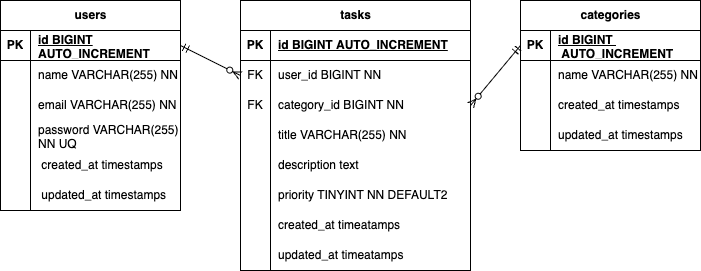
The draw.io diagram docs/.drawio.png in YumiOotake/task-category-user, before a commit. Source tidied: cells renumbered, new cells last; positions are measured from the earlier drawing's top-left corner, leaving out a move shared by most shapes. Source of this version:
```xml
<mxGraphModel>
  <root>
    <mxCell id="0" />
    <mxCell id="1" parent="0" />
    <mxCell id="2" value="users" style="shape=table;startSize=30;rowLines=0;fontStyle=1;align=center;html=1;" parent="1" vertex="1">
      <mxGeometry width="180" height="210" as="geometry" />
    </mxCell>
    <mxCell id="3" style="shape=tableRow;horizontal=0;startSize=0;swimlaneHead=0;swimlaneBody=0;fillColor=none;points=[[0,0.5],[1,0.5]];portConstraint=eastwest;top=0;left=0;right=0;bottom=1;" parent="2" vertex="1">
      <mxGeometry y="30" width="180" height="30" as="geometry" />
    </mxCell>
    <mxCell id="4" value="PK" style="shape=partialRectangle;fillColor=none;top=0;left=0;bottom=0;right=0;fontStyle=1;overflow=hidden;whiteSpace=wrap;html=1;" parent="3" vertex="1">
      <mxGeometry width="30" height="30" as="geometry" />
    </mxCell>
    <mxCell id="5" value="id BIGINT AUTO_INCREMENT" style="shape=partialRectangle;fillColor=none;top=0;left=0;bottom=0;right=0;align=left;spacingLeft=6;fontStyle=5;overflow=hidden;whiteSpace=wrap;html=1;" parent="3" vertex="1">
      <mxGeometry x="30" width="150" height="30" as="geometry" />
    </mxCell>
    <mxCell id="6" style="shape=tableRow;horizontal=0;startSize=0;swimlaneHead=0;swimlaneBody=0;fillColor=none;top=0;left=0;right=0;bottom=0;" parent="2" vertex="1">
      <mxGeometry y="60" width="180" height="30" as="geometry" />
    </mxCell>
    <mxCell id="7" style="shape=partialRectangle;fillColor=none;top=0;left=0;bottom=0;right=0;overflow=hidden;whiteSpace=wrap;html=1;" parent="6" vertex="1">
      <mxGeometry width="30" height="30" as="geometry" />
    </mxCell>
    <mxCell id="8" value="name VARCHAR(255) NN" style="shape=partialRectangle;fillColor=none;top=0;left=0;bottom=0;right=0;align=left;spacingLeft=6;overflow=hidden;whiteSpace=wrap;html=1;" parent="6" vertex="1">
      <mxGeometry x="30" width="150" height="30" as="geometry" />
    </mxCell>
    <mxCell id="9" style="shape=tableRow;horizontal=0;startSize=0;swimlaneHead=0;swimlaneBody=0;fillColor=none;top=0;left=0;right=0;bottom=0;" parent="2" vertex="1">
      <mxGeometry y="90" width="180" height="30" as="geometry" />
    </mxCell>
    <mxCell id="10" style="shape=partialRectangle;fillColor=none;top=0;left=0;bottom=0;right=0;overflow=hidden;whiteSpace=wrap;html=1;" parent="9" vertex="1">
      <mxGeometry width="30" height="30" as="geometry" />
    </mxCell>
    <mxCell id="11" value="email VARCHAR(255) NN" style="shape=partialRectangle;fillColor=none;top=0;left=0;bottom=0;right=0;align=left;spacingLeft=6;overflow=hidden;whiteSpace=wrap;html=1;" parent="9" vertex="1">
      <mxGeometry x="30" width="150" height="30" as="geometry" />
    </mxCell>
    <mxCell id="12" style="shape=tableRow;horizontal=0;startSize=0;swimlaneHead=0;swimlaneBody=0;fillColor=none;top=0;left=0;right=0;bottom=0;" parent="2" vertex="1">
      <mxGeometry y="120" width="180" height="30" as="geometry" />
    </mxCell>
    <mxCell id="13" style="shape=partialRectangle;fillColor=none;top=0;left=0;bottom=0;right=0;overflow=hidden;whiteSpace=wrap;html=1;" parent="12" vertex="1">
      <mxGeometry width="30" height="30" as="geometry" />
    </mxCell>
    <mxCell id="14" value="password VARCHAR(255) NN UQ" style="shape=partialRectangle;fillColor=none;top=0;left=0;bottom=0;right=0;align=left;spacingLeft=6;overflow=hidden;whiteSpace=wrap;html=1;" parent="12" vertex="1">
      <mxGeometry x="30" width="150" height="30" as="geometry" />
    </mxCell>
    <mxCell id="15" style="shape=tableRow;horizontal=0;startSize=0;swimlaneHead=0;swimlaneBody=0;fillColor=none;top=0;left=0;right=0;bottom=0;" parent="2" vertex="1">
      <mxGeometry y="150" width="180" height="30" as="geometry" />
    </mxCell>
    <mxCell id="16" style="shape=partialRectangle;fillColor=none;top=0;left=0;bottom=0;right=0;overflow=hidden;whiteSpace=wrap;html=1;" parent="15" vertex="1">
      <mxGeometry width="30" height="30" as="geometry" />
    </mxCell>
    <mxCell id="17" value="&amp;nbsp;created_at timestamps&amp;nbsp;&amp;nbsp;" style="shape=partialRectangle;fillColor=none;top=0;left=0;bottom=0;right=0;align=left;spacingLeft=6;overflow=hidden;whiteSpace=wrap;html=1;" parent="15" vertex="1">
      <mxGeometry x="30" width="150" height="30" as="geometry" />
    </mxCell>
    <mxCell id="18" style="shape=tableRow;horizontal=0;startSize=0;swimlaneHead=0;swimlaneBody=0;fillColor=none;top=0;left=0;right=0;bottom=0;" parent="2" vertex="1">
      <mxGeometry y="180" width="180" height="30" as="geometry" />
    </mxCell>
    <mxCell id="19" style="shape=partialRectangle;fillColor=none;top=0;left=0;bottom=0;right=0;overflow=hidden;whiteSpace=wrap;html=1;" parent="18" vertex="1">
      <mxGeometry width="30" height="30" as="geometry" />
    </mxCell>
    <mxCell id="20" value="&amp;nbsp;updated_at timestamps&amp;nbsp;&amp;nbsp;" style="shape=partialRectangle;fillColor=none;top=0;left=0;bottom=0;right=0;align=left;spacingLeft=6;overflow=hidden;whiteSpace=wrap;html=1;" parent="18" vertex="1">
      <mxGeometry x="30" width="150" height="30" as="geometry" />
    </mxCell>
    <mxCell id="21" value="tasks" style="shape=table;startSize=30;rowLines=0;fontStyle=1;align=center;html=1;" parent="1" vertex="1">
      <mxGeometry x="240" width="230" height="270" as="geometry" />
    </mxCell>
    <mxCell id="22" style="shape=tableRow;horizontal=0;startSize=0;swimlaneHead=0;swimlaneBody=0;fillColor=none;top=0;left=0;right=0;bottom=1;" parent="21" vertex="1">
      <mxGeometry y="30" width="230" height="30" as="geometry" />
    </mxCell>
    <mxCell id="23" value="PK" style="shape=partialRectangle;fillColor=none;top=0;left=0;bottom=0;right=0;fontStyle=1;overflow=hidden;whiteSpace=wrap;html=1;" parent="22" vertex="1">
      <mxGeometry width="30" height="30" as="geometry" />
    </mxCell>
    <mxCell id="24" value="id BIGINT&amp;nbsp;&lt;span style=&quot;color: rgb(0, 0, 0);&quot;&gt;AUTO_INCREMENT&lt;/span&gt;" style="shape=partialRectangle;fillColor=none;top=0;left=0;bottom=0;right=0;align=left;spacingLeft=6;fontStyle=5;overflow=hidden;whiteSpace=wrap;html=1;" parent="22" vertex="1">
      <mxGeometry x="30" width="200" height="30" as="geometry" />
    </mxCell>
    <mxCell id="25" style="shape=tableRow;horizontal=0;startSize=0;swimlaneHead=0;swimlaneBody=0;fillColor=none;points=[[0,0.5],[1,0.5]];portConstraint=eastwest;top=0;left=0;right=0;bottom=0;" parent="21" vertex="1">
      <mxGeometry y="60" width="230" height="30" as="geometry" />
    </mxCell>
    <mxCell id="26" value="FK" style="shape=partialRectangle;fillColor=none;top=0;left=0;bottom=0;right=0;overflow=hidden;whiteSpace=wrap;html=1;" parent="25" vertex="1">
      <mxGeometry width="30" height="30" as="geometry" />
    </mxCell>
    <mxCell id="27" value="user_id BIGINT NN" style="shape=partialRectangle;fillColor=none;top=0;left=0;bottom=0;right=0;align=left;spacingLeft=6;overflow=hidden;whiteSpace=wrap;html=1;" parent="25" vertex="1">
      <mxGeometry x="30" width="200" height="30" as="geometry" />
    </mxCell>
    <mxCell id="28" style="shape=tableRow;horizontal=0;startSize=0;swimlaneHead=0;swimlaneBody=0;fillColor=none;points=[[0,0.5],[1,0.5]];portConstraint=eastwest;top=0;left=0;right=0;bottom=0;" parent="21" vertex="1">
      <mxGeometry y="90" width="230" height="30" as="geometry" />
    </mxCell>
    <mxCell id="29" value="FK" style="shape=partialRectangle;fillColor=none;top=0;left=0;bottom=0;right=0;overflow=hidden;whiteSpace=wrap;html=1;" parent="28" vertex="1">
      <mxGeometry width="30" height="30" as="geometry" />
    </mxCell>
    <mxCell id="30" value="category_id BIGINT NN" style="shape=partialRectangle;fillColor=none;top=0;left=0;bottom=0;right=0;align=left;spacingLeft=6;overflow=hidden;whiteSpace=wrap;html=1;" parent="28" vertex="1">
      <mxGeometry x="30" width="200" height="30" as="geometry" />
    </mxCell>
    <mxCell id="31" style="shape=tableRow;horizontal=0;startSize=0;swimlaneHead=0;swimlaneBody=0;fillColor=none;top=0;left=0;right=0;bottom=0;" parent="21" vertex="1">
      <mxGeometry y="120" width="230" height="30" as="geometry" />
    </mxCell>
    <mxCell id="32" style="shape=partialRectangle;fillColor=none;top=0;left=0;bottom=0;right=0;overflow=hidden;whiteSpace=wrap;html=1;" parent="31" vertex="1">
      <mxGeometry width="30" height="30" as="geometry" />
    </mxCell>
    <mxCell id="33" value="title VARCHAR(255) NN" style="shape=partialRectangle;fillColor=none;top=0;left=0;bottom=0;right=0;align=left;spacingLeft=6;overflow=hidden;whiteSpace=wrap;html=1;" parent="31" vertex="1">
      <mxGeometry x="30" width="200" height="30" as="geometry" />
    </mxCell>
    <mxCell id="34" style="shape=tableRow;horizontal=0;startSize=0;swimlaneHead=0;swimlaneBody=0;fillColor=none;top=0;left=0;right=0;bottom=0;" parent="21" vertex="1">
      <mxGeometry y="150" width="230" height="30" as="geometry" />
    </mxCell>
    <mxCell id="35" style="shape=partialRectangle;fillColor=none;top=0;left=0;bottom=0;right=0;overflow=hidden;whiteSpace=wrap;html=1;" parent="34" vertex="1">
      <mxGeometry width="30" height="30" as="geometry" />
    </mxCell>
    <mxCell id="36" value="description text&amp;nbsp;" style="shape=partialRectangle;fillColor=none;top=0;left=0;bottom=0;right=0;align=left;spacingLeft=6;overflow=hidden;whiteSpace=wrap;html=1;" parent="34" vertex="1">
      <mxGeometry x="30" width="200" height="30" as="geometry" />
    </mxCell>
    <mxCell id="37" style="shape=tableRow;horizontal=0;startSize=0;swimlaneHead=0;swimlaneBody=0;fillColor=none;top=0;left=0;right=0;bottom=0;" parent="21" vertex="1">
      <mxGeometry y="180" width="230" height="30" as="geometry" />
    </mxCell>
    <mxCell id="38" style="shape=partialRectangle;fillColor=none;top=0;left=0;bottom=0;right=0;overflow=hidden;whiteSpace=wrap;html=1;" parent="37" vertex="1">
      <mxGeometry width="30" height="30" as="geometry" />
    </mxCell>
    <mxCell id="39" value="priority TINYINT NN DEFAULT2&amp;nbsp;" style="shape=partialRectangle;fillColor=none;top=0;left=0;bottom=0;right=0;align=left;spacingLeft=6;overflow=hidden;whiteSpace=wrap;html=1;" parent="37" vertex="1">
      <mxGeometry x="30" width="200" height="30" as="geometry" />
    </mxCell>
    <mxCell id="40" style="shape=tableRow;horizontal=0;startSize=0;swimlaneHead=0;swimlaneBody=0;fillColor=none;top=0;left=0;right=0;bottom=0;" parent="21" vertex="1">
      <mxGeometry y="210" width="230" height="30" as="geometry" />
    </mxCell>
    <mxCell id="41" style="shape=partialRectangle;fillColor=none;top=0;left=0;bottom=0;right=0;overflow=hidden;whiteSpace=wrap;html=1;" parent="40" vertex="1">
      <mxGeometry width="30" height="30" as="geometry" />
    </mxCell>
    <mxCell id="42" value="&lt;span style=&quot;color: rgb(0, 0, 0);&quot;&gt;created_at&amp;nbsp;&lt;/span&gt;timeatamps&amp;nbsp;" style="shape=partialRectangle;fillColor=none;top=0;left=0;bottom=0;right=0;align=left;spacingLeft=6;overflow=hidden;whiteSpace=wrap;html=1;" parent="40" vertex="1">
      <mxGeometry x="30" width="200" height="30" as="geometry" />
    </mxCell>
    <mxCell id="43" style="shape=tableRow;horizontal=0;startSize=0;swimlaneHead=0;swimlaneBody=0;fillColor=none;top=0;left=0;right=0;bottom=0;" parent="21" vertex="1">
      <mxGeometry y="240" width="230" height="30" as="geometry" />
    </mxCell>
    <mxCell id="44" style="shape=partialRectangle;fillColor=none;top=0;left=0;bottom=0;right=0;overflow=hidden;whiteSpace=wrap;html=1;" parent="43" vertex="1">
      <mxGeometry width="30" height="30" as="geometry" />
    </mxCell>
    <mxCell id="45" value="&lt;span style=&quot;color: rgb(0, 0, 0);&quot;&gt;updated_at&amp;nbsp;&lt;/span&gt;timeatamps&amp;nbsp;" style="shape=partialRectangle;fillColor=none;top=0;left=0;bottom=0;right=0;align=left;spacingLeft=6;overflow=hidden;whiteSpace=wrap;html=1;" parent="43" vertex="1">
      <mxGeometry x="30" width="200" height="30" as="geometry" />
    </mxCell>
    <mxCell id="46" value="categories" style="shape=table;startSize=30;rowLines=0;fontStyle=1;align=center;html=1;" parent="1" vertex="1">
      <mxGeometry x="520" width="180" height="150" as="geometry" />
    </mxCell>
    <mxCell id="47" style="shape=tableRow;horizontal=0;startSize=0;swimlaneHead=0;swimlaneBody=0;fillColor=none;points=[[0,0.5],[1,0.5]];portConstraint=eastwest;top=0;left=0;right=0;bottom=1;" parent="46" vertex="1">
      <mxGeometry y="30" width="180" height="30" as="geometry" />
    </mxCell>
    <mxCell id="48" value="PK" style="shape=partialRectangle;fillColor=none;top=0;left=0;bottom=0;right=0;fontStyle=1;overflow=hidden;whiteSpace=wrap;html=1;" parent="47" vertex="1">
      <mxGeometry width="30" height="30" as="geometry" />
    </mxCell>
    <mxCell id="49" value="id BIGINT&amp;nbsp; &amp;nbsp;&lt;span style=&quot;color: rgb(0, 0, 0);&quot;&gt;AUTO_INCREMENT&lt;/span&gt;" style="shape=partialRectangle;fillColor=none;top=0;left=0;bottom=0;right=0;align=left;spacingLeft=6;fontStyle=5;overflow=hidden;whiteSpace=wrap;html=1;" parent="47" vertex="1">
      <mxGeometry x="30" width="150" height="30" as="geometry" />
    </mxCell>
    <mxCell id="50" style="shape=tableRow;horizontal=0;startSize=0;swimlaneHead=0;swimlaneBody=0;fillColor=none;top=0;left=0;right=0;bottom=0;" parent="46" vertex="1">
      <mxGeometry y="60" width="180" height="30" as="geometry" />
    </mxCell>
    <mxCell id="51" style="shape=partialRectangle;fillColor=none;top=0;left=0;bottom=0;right=0;overflow=hidden;whiteSpace=wrap;html=1;" parent="50" vertex="1">
      <mxGeometry width="30" height="30" as="geometry" />
    </mxCell>
    <mxCell id="52" value="name VARCHAR(255) NN" style="shape=partialRectangle;fillColor=none;top=0;left=0;bottom=0;right=0;align=left;spacingLeft=6;overflow=hidden;whiteSpace=wrap;html=1;" parent="50" vertex="1">
      <mxGeometry x="30" width="150" height="30" as="geometry" />
    </mxCell>
    <mxCell id="53" style="shape=tableRow;horizontal=0;startSize=0;swimlaneHead=0;swimlaneBody=0;fillColor=none;top=0;left=0;right=0;bottom=0;" parent="46" vertex="1">
      <mxGeometry y="90" width="180" height="30" as="geometry" />
    </mxCell>
    <mxCell id="54" style="shape=partialRectangle;fillColor=none;top=0;left=0;bottom=0;right=0;overflow=hidden;whiteSpace=wrap;html=1;" parent="53" vertex="1">
      <mxGeometry width="30" height="30" as="geometry" />
    </mxCell>
    <mxCell id="55" value="&lt;span style=&quot;color: rgb(0, 0, 0);&quot;&gt;created_at&amp;nbsp;&lt;/span&gt;timestamps&amp;nbsp;" style="shape=partialRectangle;fillColor=none;top=0;left=0;bottom=0;right=0;align=left;spacingLeft=6;overflow=hidden;whiteSpace=wrap;html=1;" parent="53" vertex="1">
      <mxGeometry x="30" width="150" height="30" as="geometry" />
    </mxCell>
    <mxCell id="56" style="shape=tableRow;horizontal=0;startSize=0;swimlaneHead=0;swimlaneBody=0;fillColor=none;top=0;left=0;right=0;bottom=0;" parent="46" vertex="1">
      <mxGeometry y="120" width="180" height="30" as="geometry" />
    </mxCell>
    <mxCell id="57" style="shape=partialRectangle;fillColor=none;top=0;left=0;bottom=0;right=0;overflow=hidden;whiteSpace=wrap;html=1;" parent="56" vertex="1">
      <mxGeometry width="30" height="30" as="geometry" />
    </mxCell>
    <mxCell id="58" value="&lt;span style=&quot;color: rgb(0, 0, 0);&quot;&gt;updated_at&amp;nbsp;&lt;/span&gt;timestamps&amp;nbsp;" style="shape=partialRectangle;fillColor=none;top=0;left=0;bottom=0;right=0;align=left;spacingLeft=6;overflow=hidden;whiteSpace=wrap;html=1;" parent="56" vertex="1">
      <mxGeometry x="30" width="150" height="30" as="geometry" />
    </mxCell>
    <mxCell id="59" style="fontSize=12;html=1;endArrow=ERzeroToMany;startArrow=ERmandOne;entryX=0;entryY=0.5;entryDx=0;entryDy=0;exitX=1;exitY=0.5;exitDx=0;exitDy=0;" parent="1" edge="1" source="3" target="25">
      <mxGeometry relative="1" as="geometry" />
    </mxCell>
    <mxCell id="60" style="fontSize=12;html=1;endArrow=ERzeroToMany;startArrow=ERmandOne;entryX=1;entryY=0.5;entryDx=0;entryDy=0;exitX=0;exitY=0.5;exitDx=0;exitDy=0;" parent="1" edge="1" source="47" target="28">
      <mxGeometry relative="1" as="geometry" />
    </mxCell>
  </root>
</mxGraphModel>
```
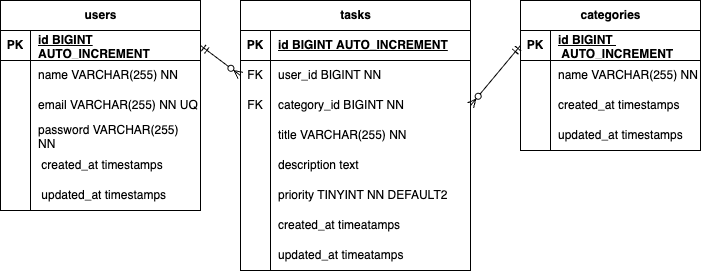
After the change.

What changed in the source:
```diff
@@ -3,61 +3,61 @@
     <mxCell id="0" />
     <mxCell id="1" parent="0" />
     <mxCell id="2" value="users" style="shape=table;startSize=30;rowLines=0;fontStyle=1;align=center;html=1;" parent="1" vertex="1">
-      <mxGeometry width="180" height="210" as="geometry" />
+      <mxGeometry width="200" height="210" as="geometry" />
     </mxCell>
     <mxCell id="3" style="shape=tableRow;horizontal=0;startSize=0;swimlaneHead=0;swimlaneBody=0;fillColor=none;points=[[0,0.5],[1,0.5]];portConstraint=eastwest;top=0;left=0;right=0;bottom=1;" parent="2" vertex="1">
-      <mxGeometry y="30" width="180" height="30" as="geometry" />
+      <mxGeometry y="30" width="200" height="30" as="geometry" />
     </mxCell>
     <mxCell id="4" value="PK" style="shape=partialRectangle;fillColor=none;top=0;left=0;bottom=0;right=0;fontStyle=1;overflow=hidden;whiteSpace=wrap;html=1;" parent="3" vertex="1">
       <mxGeometry width="30" height="30" as="geometry" />
     </mxCell>
     <mxCell id="5" value="id BIGINT AUTO_INCREMENT" style="shape=partialRectangle;fillColor=none;top=0;left=0;bottom=0;right=0;align=left;spacingLeft=6;fontStyle=5;overflow=hidden;whiteSpace=wrap;html=1;" parent="3" vertex="1">
-      <mxGeometry x="30" width="150" height="30" as="geometry" />
+      <mxGeometry x="30" width="170" height="30" as="geometry" />
     </mxCell>
     <mxCell id="6" style="shape=tableRow;horizontal=0;startSize=0;swimlaneHead=0;swimlaneBody=0;fillColor=none;top=0;left=0;right=0;bottom=0;" parent="2" vertex="1">
-      <mxGeometry y="60" width="180" height="30" as="geometry" />
+      <mxGeometry y="60" width="200" height="30" as="geometry" />
     </mxCell>
     <mxCell id="7" style="shape=partialRectangle;fillColor=none;top=0;left=0;bottom=0;right=0;overflow=hidden;whiteSpace=wrap;html=1;" parent="6" vertex="1">
       <mxGeometry width="30" height="30" as="geometry" />
     </mxCell>
     <mxCell id="8" value="name VARCHAR(255) NN" style="shape=partialRectangle;fillColor=none;top=0;left=0;bottom=0;right=0;align=left;spacingLeft=6;overflow=hidden;whiteSpace=wrap;html=1;" parent="6" vertex="1">
-      <mxGeometry x="30" width="150" height="30" as="geometry" />
+      <mxGeometry x="30" width="170" height="30" as="geometry" />
     </mxCell>
     <mxCell id="9" style="shape=tableRow;horizontal=0;startSize=0;swimlaneHead=0;swimlaneBody=0;fillColor=none;top=0;left=0;right=0;bottom=0;" parent="2" vertex="1">
-      <mxGeometry y="90" width="180" height="30" as="geometry" />
+      <mxGeometry y="90" width="200" height="30" as="geometry" />
     </mxCell>
     <mxCell id="10" style="shape=partialRectangle;fillColor=none;top=0;left=0;bottom=0;right=0;overflow=hidden;whiteSpace=wrap;html=1;" parent="9" vertex="1">
       <mxGeometry width="30" height="30" as="geometry" />
     </mxCell>
-    <mxCell id="11" value="email VARCHAR(255) NN" style="shape=partialRectangle;fillColor=none;top=0;left=0;bottom=0;right=0;align=left;spacingLeft=6;overflow=hidden;whiteSpace=wrap;html=1;" parent="9" vertex="1">
-      <mxGeometry x="30" width="150" height="30" as="geometry" />
+    <mxCell id="11" value="email VARCHAR(255) NN UQ　" style="shape=partialRectangle;fillColor=none;top=0;left=0;bottom=0;right=0;align=left;spacingLeft=6;overflow=hidden;whiteSpace=wrap;html=1;" parent="9" vertex="1">
+      <mxGeometry x="30" width="170" height="30" as="geometry" />
     </mxCell>
     <mxCell id="12" style="shape=tableRow;horizontal=0;startSize=0;swimlaneHead=0;swimlaneBody=0;fillColor=none;top=0;left=0;right=0;bottom=0;" parent="2" vertex="1">
-      <mxGeometry y="120" width="180" height="30" as="geometry" />
+      <mxGeometry y="120" width="200" height="30" as="geometry" />
     </mxCell>
     <mxCell id="13" style="shape=partialRectangle;fillColor=none;top=0;left=0;bottom=0;right=0;overflow=hidden;whiteSpace=wrap;html=1;" parent="12" vertex="1">
       <mxGeometry width="30" height="30" as="geometry" />
     </mxCell>
-    <mxCell id="14" value="password VARCHAR(255) NN UQ" style="shape=partialRectangle;fillColor=none;top=0;left=0;bottom=0;right=0;align=left;spacingLeft=6;overflow=hidden;whiteSpace=wrap;html=1;" parent="12" vertex="1">
-      <mxGeometry x="30" width="150" height="30" as="geometry" />
+    <mxCell id="14" value="password VARCHAR(255) NN&amp;nbsp;" style="shape=partialRectangle;fillColor=none;top=0;left=0;bottom=0;right=0;align=left;spacingLeft=6;overflow=hidden;whiteSpace=wrap;html=1;" parent="12" vertex="1">
+      <mxGeometry x="30" width="170" height="30" as="geometry" />
     </mxCell>
     <mxCell id="15" style="shape=tableRow;horizontal=0;startSize=0;swimlaneHead=0;swimlaneBody=0;fillColor=none;top=0;left=0;right=0;bottom=0;" parent="2" vertex="1">
-      <mxGeometry y="150" width="180" height="30" as="geometry" />
+      <mxGeometry y="150" width="200" height="30" as="geometry" />
     </mxCell>
     <mxCell id="16" style="shape=partialRectangle;fillColor=none;top=0;left=0;bottom=0;right=0;overflow=hidden;whiteSpace=wrap;html=1;" parent="15" vertex="1">
       <mxGeometry width="30" height="30" as="geometry" />
     </mxCell>
     <mxCell id="17" value="&amp;nbsp;created_at timestamps&amp;nbsp;&amp;nbsp;" style="shape=partialRectangle;fillColor=none;top=0;left=0;bottom=0;right=0;align=left;spacingLeft=6;overflow=hidden;whiteSpace=wrap;html=1;" parent="15" vertex="1">
-      <mxGeometry x="30" width="150" height="30" as="geometry" />
+      <mxGeometry x="30" width="170" height="30" as="geometry" />
     </mxCell>
     <mxCell id="18" style="shape=tableRow;horizontal=0;startSize=0;swimlaneHead=0;swimlaneBody=0;fillColor=none;top=0;left=0;right=0;bottom=0;" parent="2" vertex="1">
-      <mxGeometry y="180" width="180" height="30" as="geometry" />
+      <mxGeometry y="180" width="200" height="30" as="geometry" />
     </mxCell>
     <mxCell id="19" style="shape=partialRectangle;fillColor=none;top=0;left=0;bottom=0;right=0;overflow=hidden;whiteSpace=wrap;html=1;" parent="18" vertex="1">
       <mxGeometry width="30" height="30" as="geometry" />
     </mxCell>
     <mxCell id="20" value="&amp;nbsp;updated_at timestamps&amp;nbsp;&amp;nbsp;" style="shape=partialRectangle;fillColor=none;top=0;left=0;bottom=0;right=0;align=left;spacingLeft=6;overflow=hidden;whiteSpace=wrap;html=1;" parent="18" vertex="1">
-      <mxGeometry x="30" width="150" height="30" as="geometry" />
+      <mxGeometry x="30" width="170" height="30" as="geometry" />
     </mxCell>
     <mxCell id="21" value="tasks" style="shape=table;startSize=30;rowLines=0;fontStyle=1;align=center;html=1;" parent="1" vertex="1">
       <mxGeometry x="240" width="230" height="270" as="geometry" />
```
